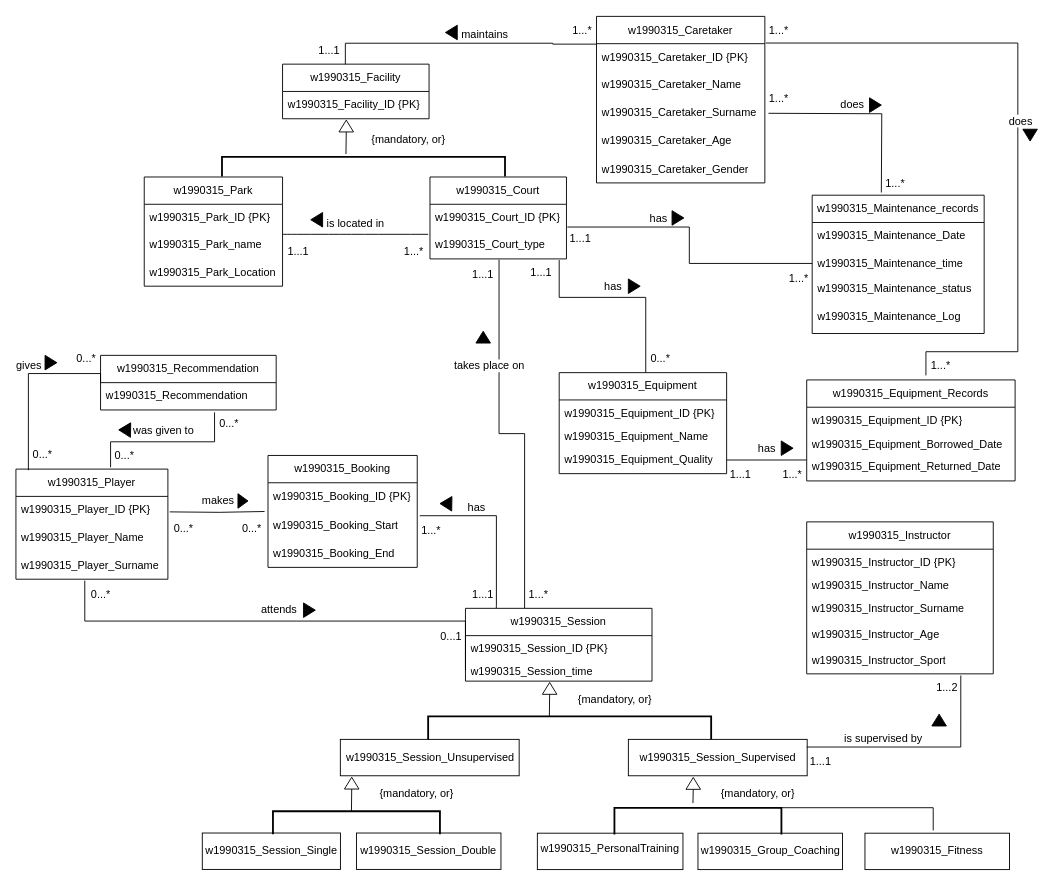
frajdzia/DB_cwk keeps this draw.io diagram as page "Strona-1" (1 of 2) of DB_cwk.drawio. Above is the earlier version. Source tidied: cells renumbered, new cells numbered last; positions are measured from the earlier drawing's top-left corner, leaving out a move shared by most shapes. Both pictures are drawn from the tidied source at 91%, with x=0, y=0 at pixel (15, 16).
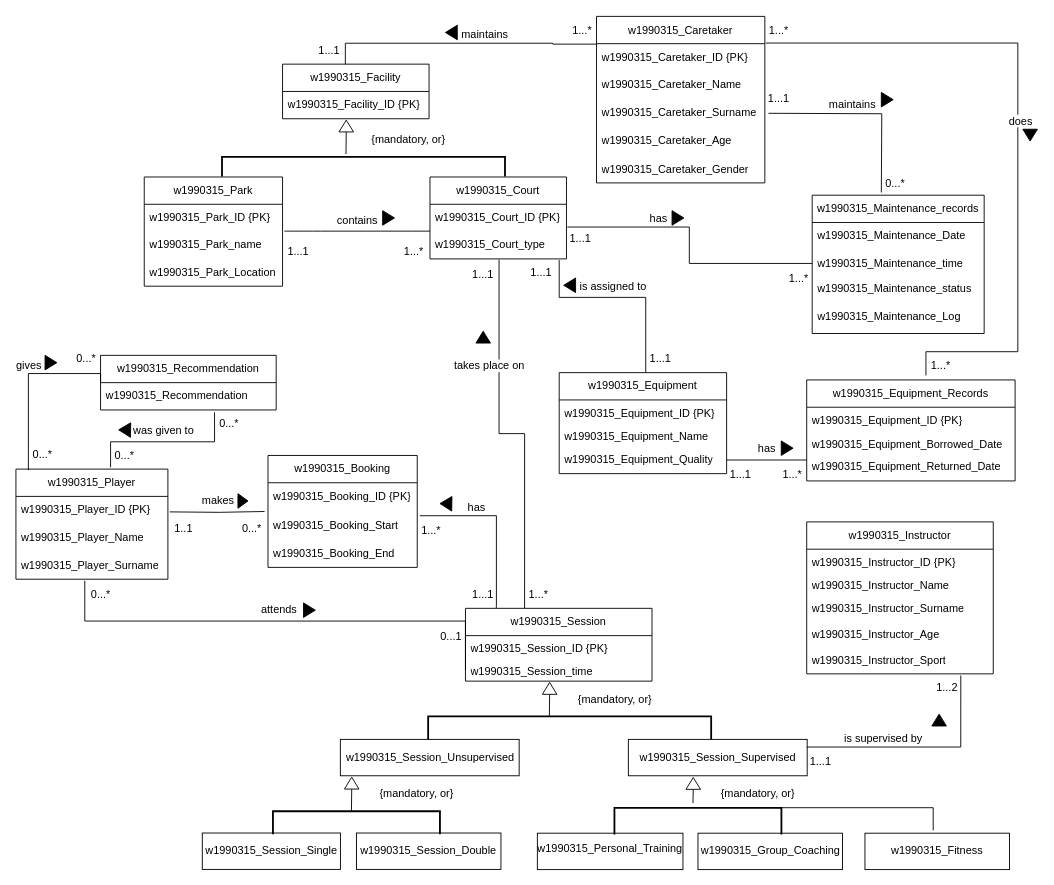
Above is the later version.

Diff of the diagram source:
```diff
@@
-    <mxCell id="37" value="is located in" style="endArrow=none;html=1;endSize=12;startArrow=none;startSize=14;startFill=0;edgeStyle=orthogonalEdgeStyle;align=center;verticalAlign=bottom;endFill=0;rounded=0;fontSize=12;curved=1;" parent="1" edge="1">
+    <mxCell id="37" value="contains" style="endArrow=none;html=1;endSize=12;startArrow=none;startSize=14;startFill=0;edgeStyle=orthogonalEdgeStyle;align=center;verticalAlign=bottom;endFill=0;rounded=0;fontSize=12;curved=1;" parent="1" edge="1">
       <mxGeometry y="3" relative="1" as="geometry">
-        <mxPoint x="293" y="239" as="sourcePoint" />
-        <mxPoint x="453" y="239" as="targetPoint" />
+        <mxPoint x="295" y="235.5" as="sourcePoint" />
+        <mxPoint x="455" y="235.5" as="targetPoint" />
       </mxGeometry>
     </mxCell>
@@
-    <mxCell id="41" style="triangle;whiteSpace=wrap;html=1;fillColor=#000000;rotation=-180;" parent="1" vertex="1">
-      <mxGeometry x="324" y="215" width="13" height="16" as="geometry" />
-    </mxCell>
@@
-    <mxCell id="44" value="does" style="endArrow=none;html=1;endSize=12;startArrow=none;startSize=14;startFill=0;edgeStyle=orthogonalEdgeStyle;align=center;verticalAlign=bottom;endFill=0;rounded=0;fontSize=12;" parent="1" edge="1">
+    <mxCell id="44" value="maintains" style="endArrow=none;html=1;endSize=12;startArrow=none;startSize=14;startFill=0;edgeStyle=orthogonalEdgeStyle;align=center;verticalAlign=bottom;endFill=0;rounded=0;fontSize=12;" parent="1" edge="1">
       <mxGeometry x="-0.13" relative="1" as="geometry">
         <mxPoint x="827" y="106" as="sourcePoint" />
         <mxPoint x="951" y="193" as="targetPoint" />
       </mxGeometry>
     </mxCell>
-    <mxCell id="45" value="has" style="endArrow=none;html=1;endSize=12;startArrow=none;startSize=14;startFill=0;edgeStyle=orthogonalEdgeStyle;align=center;verticalAlign=bottom;endFill=0;rounded=0;fontSize=12;entryX=-0.094;entryY=0.855;entryDx=0;entryDy=0;entryPerimeter=0;" parent="1" edge="1">
+    <mxCell id="45" value="is assigned to" style="endArrow=none;html=1;endSize=12;startArrow=none;startSize=14;startFill=0;edgeStyle=orthogonalEdgeStyle;align=center;verticalAlign=bottom;endFill=0;rounded=0;fontSize=12;entryX=-0.094;entryY=0.855;entryDx=0;entryDy=0;entryPerimeter=0;" parent="1" edge="1">
       <mxGeometry x="-0.09" y="2" relative="1" as="geometry">
         <mxPoint x="597" y="267.3" as="sourcePoint" />
         <mxPoint x="692.1" y="390.9" as="targetPoint" />
         <Array as="points">
           <mxPoint x="597" y="308.3" />
           <mxPoint x="693" y="308.3" />
           <mxPoint x="693" y="391.3" />
         </Array>
       </mxGeometry>
     </mxCell>
@@
     <mxCell id="48" style="triangle;whiteSpace=wrap;html=1;fillColor=#000000;" parent="1" vertex="1">
-      <mxGeometry x="938" y="89" width="13" height="16" as="geometry" />
+      <mxGeometry x="951" y="83" width="13" height="16" as="geometry" />
     </mxCell>
@@
-    <mxCell id="66" style="triangle;whiteSpace=wrap;html=1;fillColor=#000000;" parent="1" vertex="1">
-      <mxGeometry x="673" y="288" width="13" height="16" as="geometry" />
+    <mxCell id="66" style="triangle;whiteSpace=wrap;html=1;fillColor=#000000;rotation=-180;" parent="1" vertex="1">
+      <mxGeometry x="602" y="287" width="13" height="16" as="geometry" />
     </mxCell>
@@
-    <mxCell id="89" value="0...*" style="text;html=1;align=center;verticalAlign=middle;whiteSpace=wrap;rounded=0;" parent="1" vertex="1">
+    <mxCell id="89" value="1..1" style="text;html=1;align=center;verticalAlign=middle;whiteSpace=wrap;rounded=0;" parent="1" vertex="1">
       <mxGeometry x="169" y="548" width="31" height="30" as="geometry" />
     </mxCell>
@@
-    <mxCell id="97" value="0...*" style="text;html=1;align=center;verticalAlign=middle;whiteSpace=wrap;rounded=0;" parent="1" vertex="1">
+    <mxCell id="97" value="1...1" style="text;html=1;align=center;verticalAlign=middle;whiteSpace=wrap;rounded=0;" parent="1" vertex="1">
       <mxGeometry x="693" y="361" width="31" height="30" as="geometry" />
     </mxCell>
@@
-    <mxCell id="105" value="1...*" style="text;html=1;align=center;verticalAlign=middle;whiteSpace=wrap;rounded=0;" parent="1" vertex="1">
+    <mxCell id="105" value="1...1" style="text;html=1;align=center;verticalAlign=middle;whiteSpace=wrap;rounded=0;" parent="1" vertex="1">
       <mxGeometry x="823" y="75" width="31" height="30" as="geometry" />
     </mxCell>
-    <mxCell id="106" value="1...*" style="text;html=1;align=center;verticalAlign=middle;whiteSpace=wrap;rounded=0;" parent="1" vertex="1">
+    <mxCell id="106" value="0...*" style="text;html=1;align=center;verticalAlign=middle;whiteSpace=wrap;rounded=0;" parent="1" vertex="1">
       <mxGeometry x="951" y="168" width="31" height="30" as="geometry" />
     </mxCell>
@@
-    <mxCell id="126" value="&lt;table&gt;&lt;tbody&gt;&lt;tr&gt;&lt;td&gt;w1990315_PersonalTraining&lt;/td&gt;&lt;/tr&gt;&lt;/tbody&gt;&lt;/table&gt;&lt;table&gt;&lt;tbody&gt;&lt;tr&gt;&lt;td&gt;&lt;/td&gt;&lt;/tr&gt;&lt;/tbody&gt;&lt;/table&gt;" style="rounded=0;whiteSpace=wrap;html=1;fillColor=none;" parent="1" vertex="1">
+    <mxCell id="126" value="&lt;table&gt;&lt;tbody&gt;&lt;tr&gt;&lt;td&gt;w1990315_Personal_Training&lt;/td&gt;&lt;/tr&gt;&lt;/tbody&gt;&lt;/table&gt;&lt;table&gt;&lt;tbody&gt;&lt;tr&gt;&lt;td&gt;&lt;/td&gt;&lt;/tr&gt;&lt;/tbody&gt;&lt;/table&gt;" style="rounded=0;whiteSpace=wrap;html=1;fillColor=none;" parent="1" vertex="1">
       <mxGeometry x="573" y="897.1" width="160" height="40" as="geometry" />
     </mxCell>
@@
+    <mxCell id="130" style="triangle;whiteSpace=wrap;html=1;fillColor=#000000;" parent="1" vertex="1">
+      <mxGeometry x="403" y="213" width="13" height="16" as="geometry" />
+    </mxCell>
```
